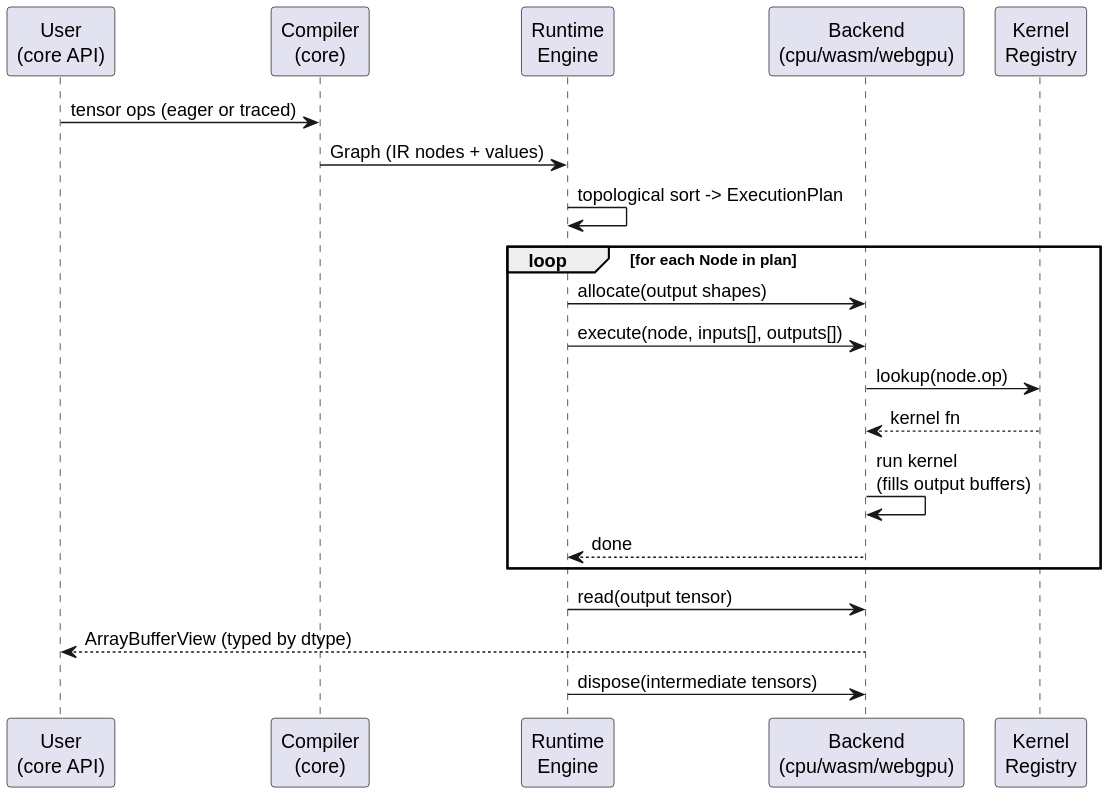
Before: docs/diagrams/execution-flow.svg, a diagram exported from PlantUML (hongjiaherng/webtensor). Its diagram source:
```plantuml
@startuml
participant "User\n(core API)" as user
participant "Compiler\n(core)" as compiler
participant "Runtime\nEngine" as engine
participant "Backend\n(cpu/wasm/webgpu)" as backend
participant "Kernel\nRegistry" as registry

user -> compiler : tensor ops (eager or traced)
compiler -> engine : Graph (IR nodes + values)

engine -> engine : topological sort -> ExecutionPlan

loop for each Node in plan
  engine -> backend : allocate(output shapes)
  engine -> backend : execute(node, inputs[], outputs[])
  backend -> registry : lookup(node.op)
  registry --> backend : kernel fn
  backend -> backend : run kernel\n(fills output buffers)
  backend --> engine : done
end

engine -> backend : read(output tensor)
backend --> user : ArrayBufferView (typed by dtype)

engine -> backend : dispose(intermediate tensors)
@enduml
```
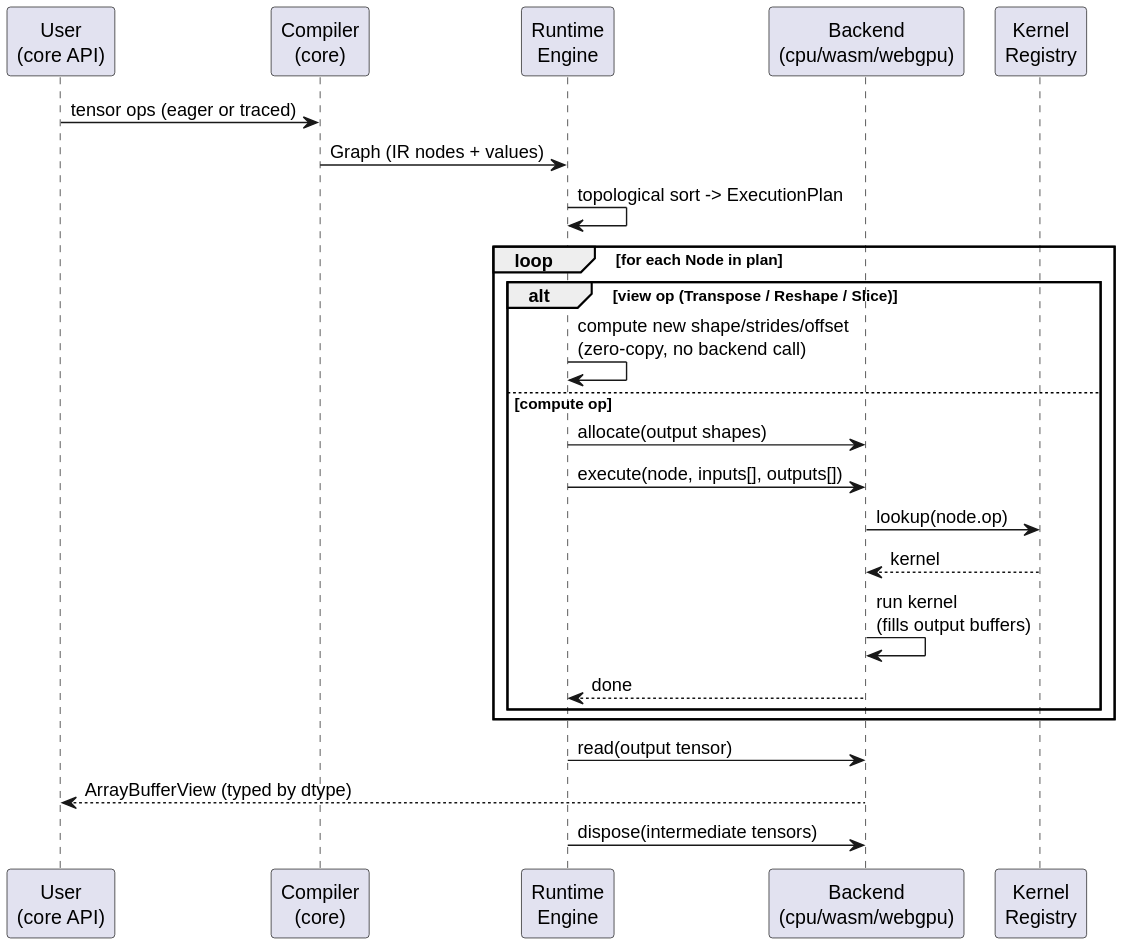
After the change.

What changed in the source:
```diff
@@ -11,12 +11,16 @@
 engine -> engine : topological sort -> ExecutionPlan
 
 loop for each Node in plan
-  engine -> backend : allocate(output shapes)
-  engine -> backend : execute(node, inputs[], outputs[])
-  backend -> registry : lookup(node.op)
-  registry --> backend : kernel fn
-  backend -> backend : run kernel\n(fills output buffers)
-  backend --> engine : done
+  alt view op (Transpose / Reshape / Slice)
+    engine -> engine : compute new shape/strides/offset\n(zero-copy, no backend call)
+  else compute op
+    engine -> backend : allocate(output shapes)
+    engine -> backend : execute(node, inputs[], outputs[])
+    backend -> registry : lookup(node.op)
+    registry --> backend : kernel
+    backend -> backend : run kernel\n(fills output buffers)
+    backend --> engine : done
+  end
 end
 
 engine -> backend : read(output tensor)
```
